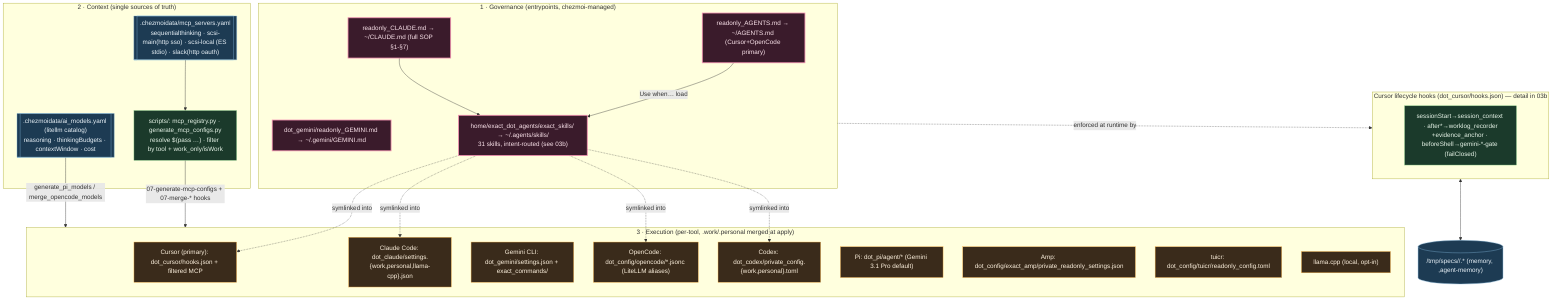
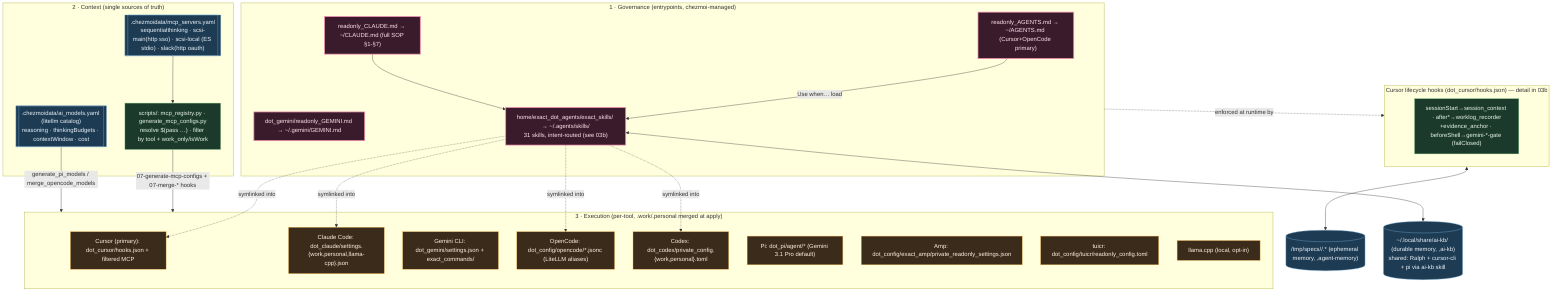
%% ============================================================================
%% 03-agentic-os.mmd — Agentic OS: governance + context + execution layers.
%% Entry SOPs + MCP/model registries + per-tool config generation.
%% Skills/hooks file-level detail → 03b. Per-tool config files → 12.
%% ============================================================================
flowchart TB
    classDef gov fill:#3a1b2b,stroke:#f48fb1,color:#fce4ec,stroke-width:2px;
    classDef ctx fill:#1b3a2b,stroke:#81c784,color:#e8f5e9;
    classDef exec fill:#3a2b1b,stroke:#ffb74d,color:#fff3e0;
    classDef data fill:#1d3b53,stroke:#7fb3d5,color:#eaf2f8;

    subgraph GOV["1 · Governance (entrypoints, chezmoi-managed)"]
        AG["readonly_AGENTS.md → ~/AGENTS.md (Cursor+OpenCode primary)"]:::gov
        CL["readonly_CLAUDE.md → ~/CLAUDE.md (full SOP §1-§7)"]:::gov
        GM["dot_gemini/readonly_GEMINI.md → ~/.gemini/GEMINI.md"]:::gov
        SK["home/exact_dot_agents/exact_skills/ → ~/.agents/skills/<br/>31 skills, intent-routed (see 03b)"]:::gov
        AG -->|Use when… load| SK
        CL --> SK
    end

    subgraph CTX["2 · Context (single sources of truth)"]
        REG[[".chezmoidata/mcp_servers.yaml<br/>sequentialthinking · scsi-main(http sso) · scsi-local (ES stdio) · slack(http oauth)"]]:::data
        MODELS[[".chezmoidata/ai_models.yaml (litellm catalog)<br/>reasoning · thinkingBudgets · contextWindow · cost"]]:::data
        GEN["scripts/: mcp_registry.py · generate_mcp_configs.py<br/>resolve $(pass …) · filter by tool + work_only/isWork"]:::ctx
        REG --> GEN
    end

    subgraph EXECL["3 · Execution (per-tool, .work/.personal merged at apply)"]
        CURSOR["Cursor (primary): dot_cursor/hooks.json + filtered MCP"]:::exec
        CLAUDE["Claude Code: dot_claude/settings.{work,personal,llama-cpp}.json"]:::exec
        GEMINI["Gemini CLI: dot_gemini/settings.json + exact_commands/"]:::exec
        OPENCODE["OpenCode: dot_config/opencode/*.jsonc (LiteLLM aliases)"]:::exec
        CODEX["Codex: dot_codex/private_config.{work,personal}.toml"]:::exec
        PI["Pi: dot_pi/agent/* (Gemini 3.1 Pro default)"]:::exec
        AMP["Amp: dot_config/exact_amp/private_readonly_settings.json"]:::exec
        TUICR["tuicr: dot_config/tuicr/readonly_config.toml"]:::exec
        LOCAL["llama.cpp (local, opt-in)"]:::exec
    end

    GEN -->|07-generate-mcp-configs + 07-merge-* hooks| EXECL
    MODELS -->|generate_pi_models / merge_opencode_models| EXECL
    SK -. symlinked into .-> CURSOR & CLAUDE & OPENCODE & CODEX

    subgraph HOOKS["Cursor lifecycle hooks (dot_cursor/hooks.json) — detail in 03b"]
        H["sessionStart→session_context · after*→worklog_recorder<br/>+evidence_anchor · beforeShell→gemini-*-gate (failClosed)"]:::ctx
    end
    GOV -.enforced at runtime by.-> HOOKS
-     MEM[("/tmp/specs/<pwd>/<topic>.* (memory, ,agent-memory)")]:::data
+     MEM[("/tmp/specs/<pwd>/<topic>.* (ephemeral memory, ,agent-memory)")]:::data
    HOOKS <--> MEM
+     KBDB[("~/.local/share/ai-kb/ (durable memory, ,ai-kb)<br/>shared: Ralph + cursor-cli + pi via ai-kb skill")]:::data
+     SK <--> KBDB
